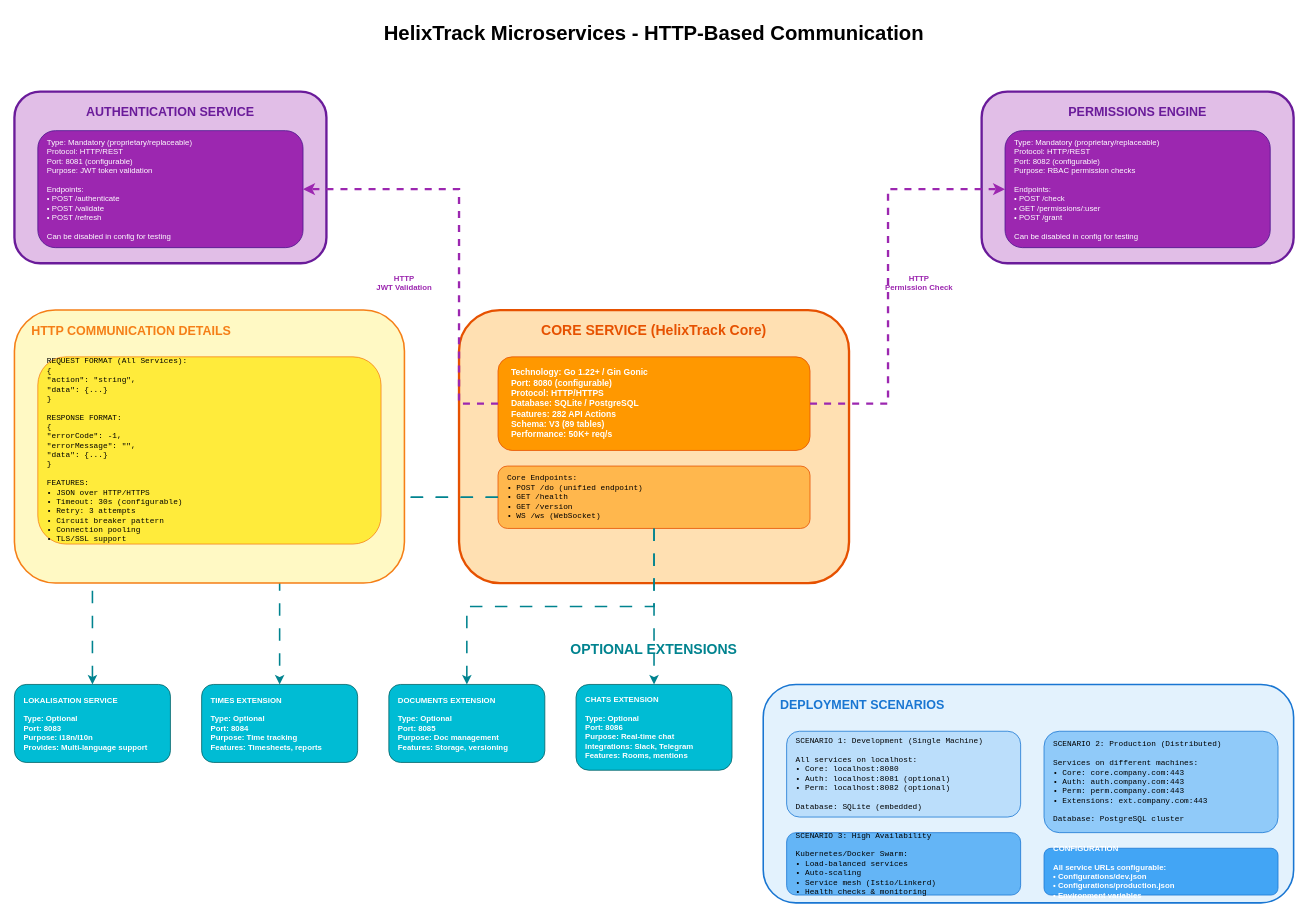
Before: Application/docs/diagrams/05-microservices-interaction.drawio in Helix-Track/Core, a draw.io diagram. Source tidied: cells renumbered, new cells numbered last; positions are measured from the earlier drawing's top-left corner, leaving out a move shared by most shapes. Both pictures are drawn from the tidied source at 78%, with x=0, y=0 at pixel (14, 13).
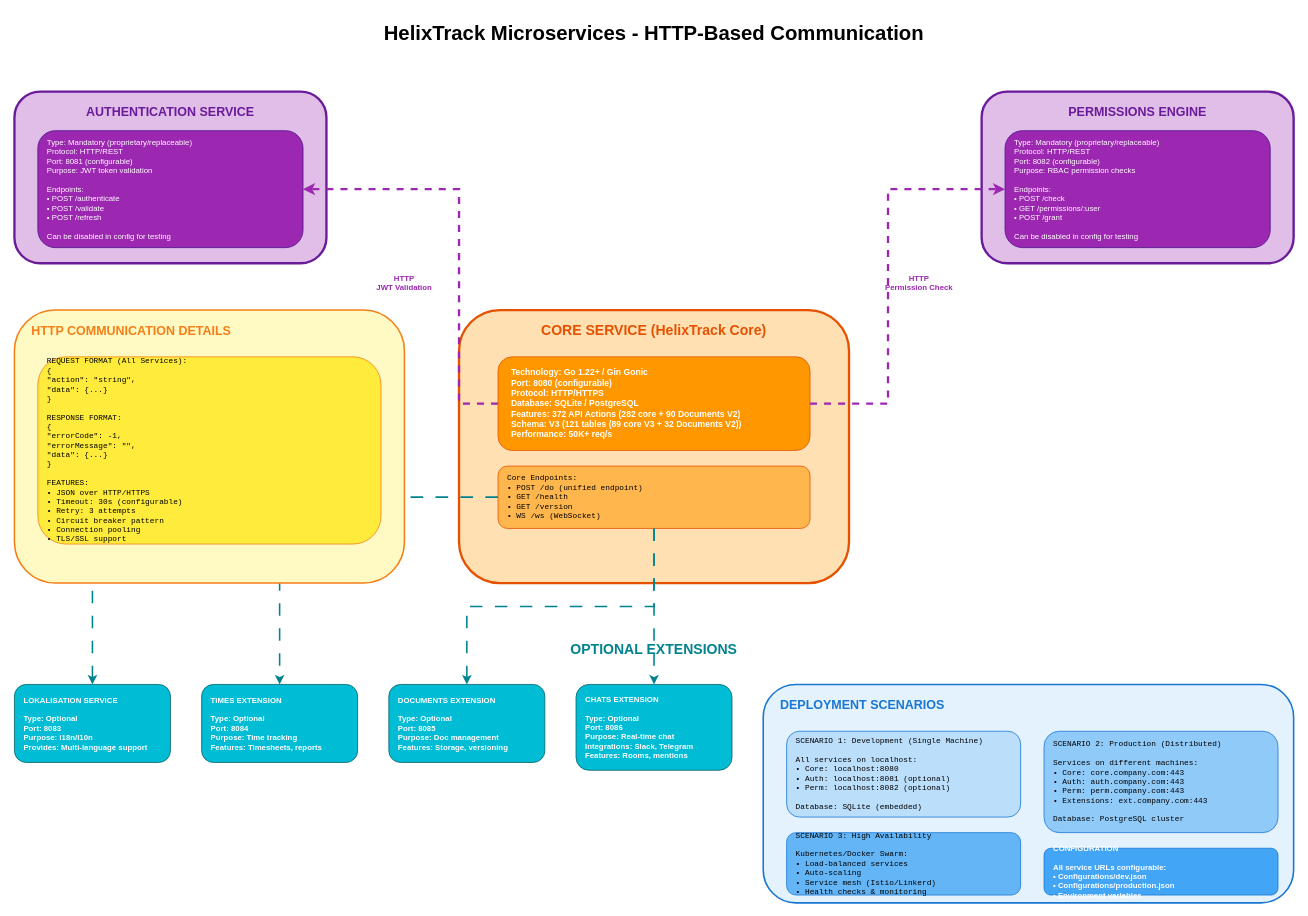
The same page after the edit.

Commit message (it also covers changes not shown here):
Update all .drawio diagrams to V4.0 with Documents V2 Extension

What changed in the source:
```diff
@@
-    <mxCell id="5" value="Technology: Go 1.22+ / Gin Gonic&#10;Port: 8080 (configurable)&#10;Protocol: HTTP/HTTPS&#10;Database: SQLite / PostgreSQL&#10;Features: 282 API Actions&#10;Schema: V3 (89 tables)&#10;Performance: 50K+ req/s" style="rounded=1;whiteSpace=wrap;html=1;fillColor=#FF9800;strokeColor=#E65100;fontColor=#FFFFFF;fontSize=11;align=left;spacingLeft=15;fontStyle=1;" parent="1" vertex="1">
+    <mxCell id="5" value="Technology: Go 1.22+ / Gin Gonic&#10;Port: 8080 (configurable)&#10;Protocol: HTTP/HTTPS&#10;Database: SQLite / PostgreSQL&#10;Features: 372 API Actions (282 core + 90 Documents V2)&#10;Schema: V3 (121 tables (89 core V3 + 32 Documents V2))&#10;Performance: 50K+ req/s" style="rounded=1;whiteSpace=wrap;html=1;fillColor=#FF9800;strokeColor=#E65100;fontColor=#FFFFFF;fontSize=11;align=left;spacingLeft=15;fontStyle=1;" parent="1" vertex="1">
       <mxGeometry x="620" y="440" width="400" height="120" as="geometry" />
     </mxCell>
```
